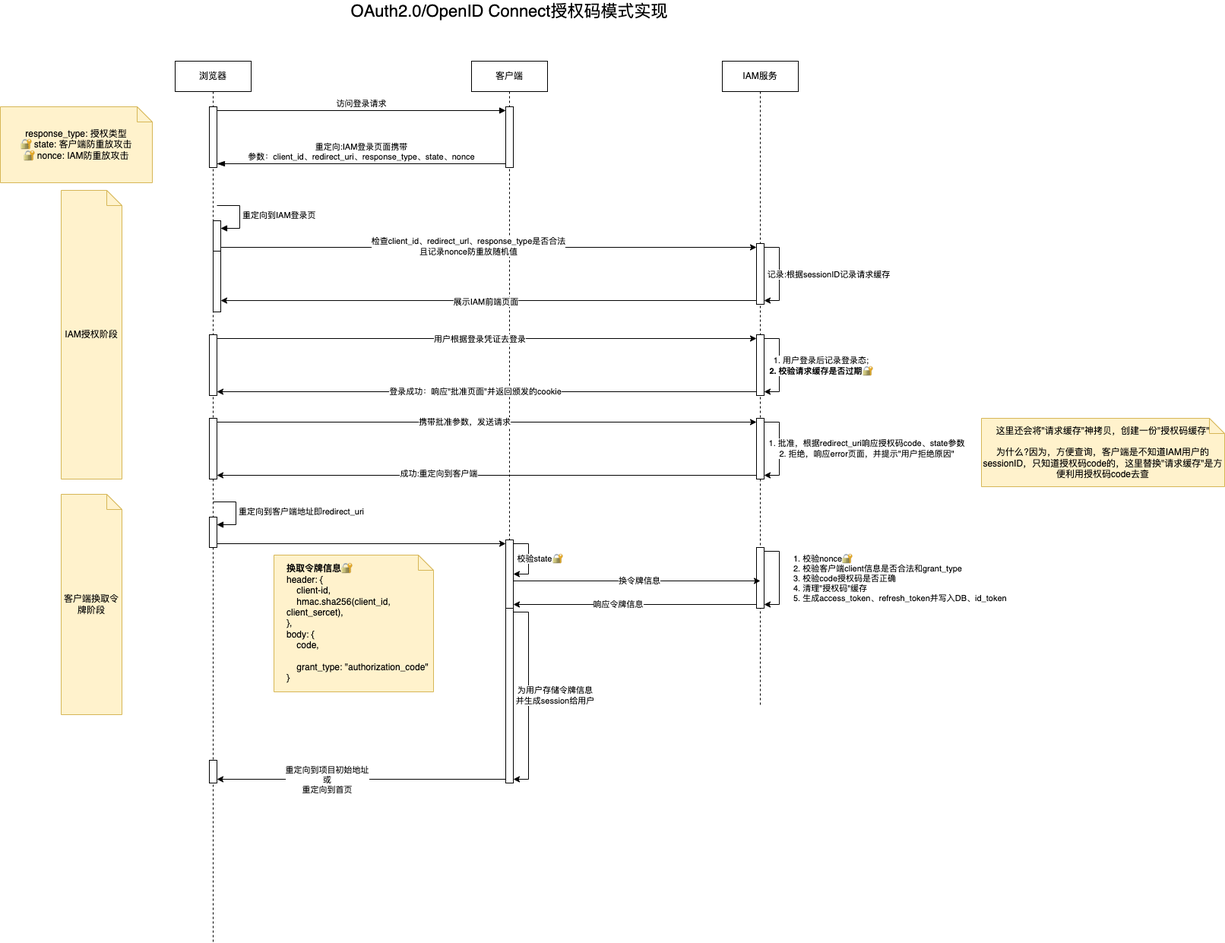
The draw.io diagram IAM实现.drawio.png in JYbill/draw, before a commit. Source tidied: cells renumbered, new cells last; positions are measured from the earlier drawing's top-left corner, leaving out a move shared by most shapes.
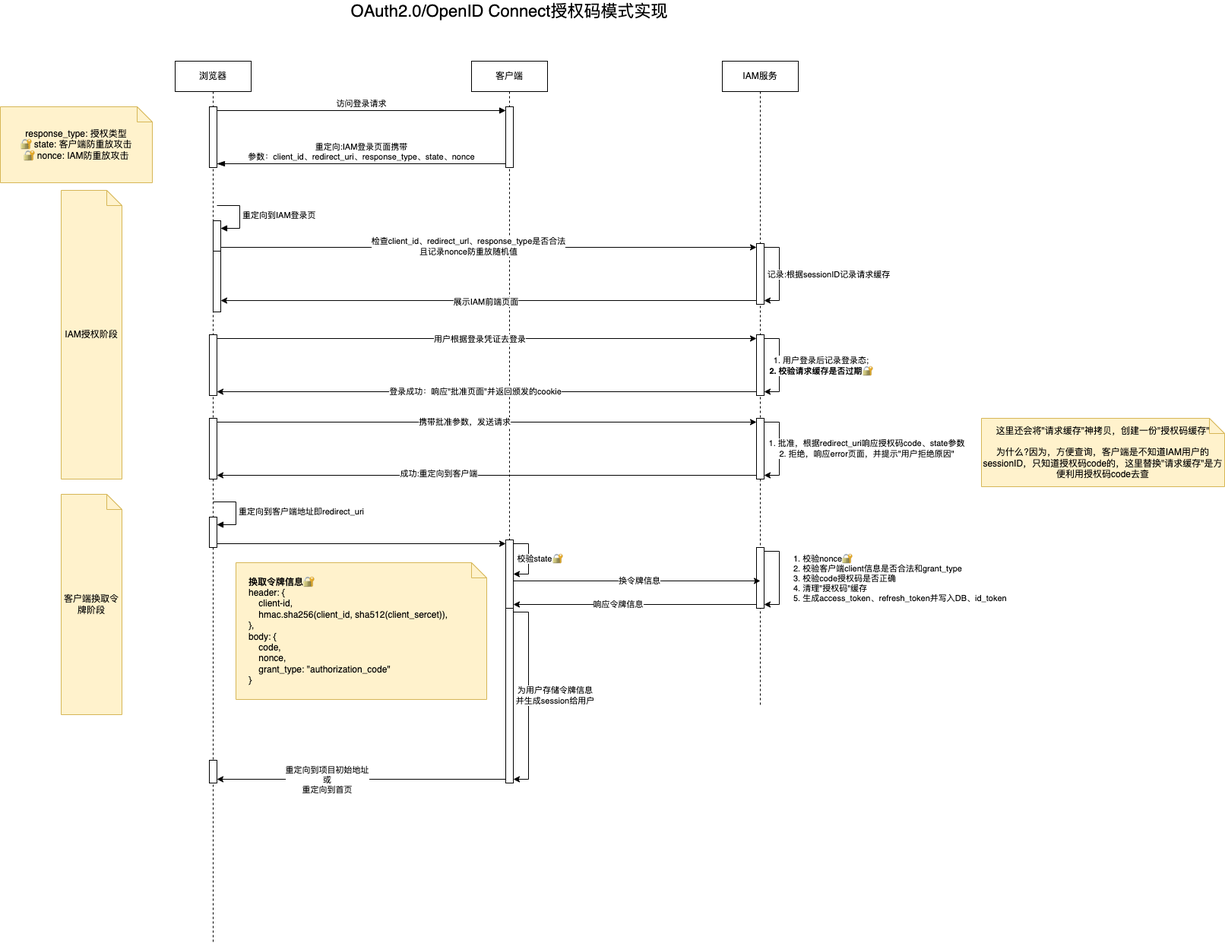
After the commit.

The edit, as a diff of the source:
```diff
@@ -199,8 +199,8 @@
         <mxPoint x="2" y="2" as="offset" />
       </mxGeometry>
     </mxCell>
-    <mxCell id="59" value="&lt;b&gt;换取令牌信息🔐&lt;/b&gt;&lt;br&gt;header: {&lt;br&gt;&amp;nbsp; &amp;nbsp; client-id,&lt;br&gt;&amp;nbsp; &amp;nbsp; hmac.sha256(client_id, client_sercet),&lt;br&gt;},&lt;br&gt;body: { &lt;br&gt;&amp;nbsp; &amp;nbsp; code, &lt;br&gt;&amp;nbsp; &amp;nbsp;&amp;nbsp;&lt;br&gt;&amp;nbsp; &amp;nbsp; grant_type: &quot;authorization_code&quot;&lt;br&gt;}" style="shape=note;size=20;whiteSpace=wrap;html=1;fillColor=#fff2cc;strokeColor=#d6b656;align=left;spacingLeft=15;" parent="1" vertex="1">
-      <mxGeometry x="360" y="730" width="210" height="180" as="geometry" />
+    <mxCell id="59" value="&lt;b&gt;换取令牌信息🔐&lt;/b&gt;&lt;br&gt;header: {&lt;br&gt;&amp;nbsp; &amp;nbsp; client-id,&lt;br&gt;&amp;nbsp; &amp;nbsp; hmac.sha256(client_id, sha512(client_sercet)),&lt;br&gt;},&lt;br&gt;body: { &lt;br&gt;&amp;nbsp; &amp;nbsp; code, &lt;br&gt;&amp;nbsp; &amp;nbsp; nonce,&lt;br&gt;&amp;nbsp; &amp;nbsp; grant_type: &quot;authorization_code&quot;&lt;br&gt;}" style="shape=note;size=20;whiteSpace=wrap;html=1;fillColor=#fff2cc;strokeColor=#d6b656;align=left;spacingLeft=15;" parent="1" vertex="1">
+      <mxGeometry x="310" y="740" width="330" height="180" as="geometry" />
     </mxCell>
   </root>
 </mxGraphModel>
```
